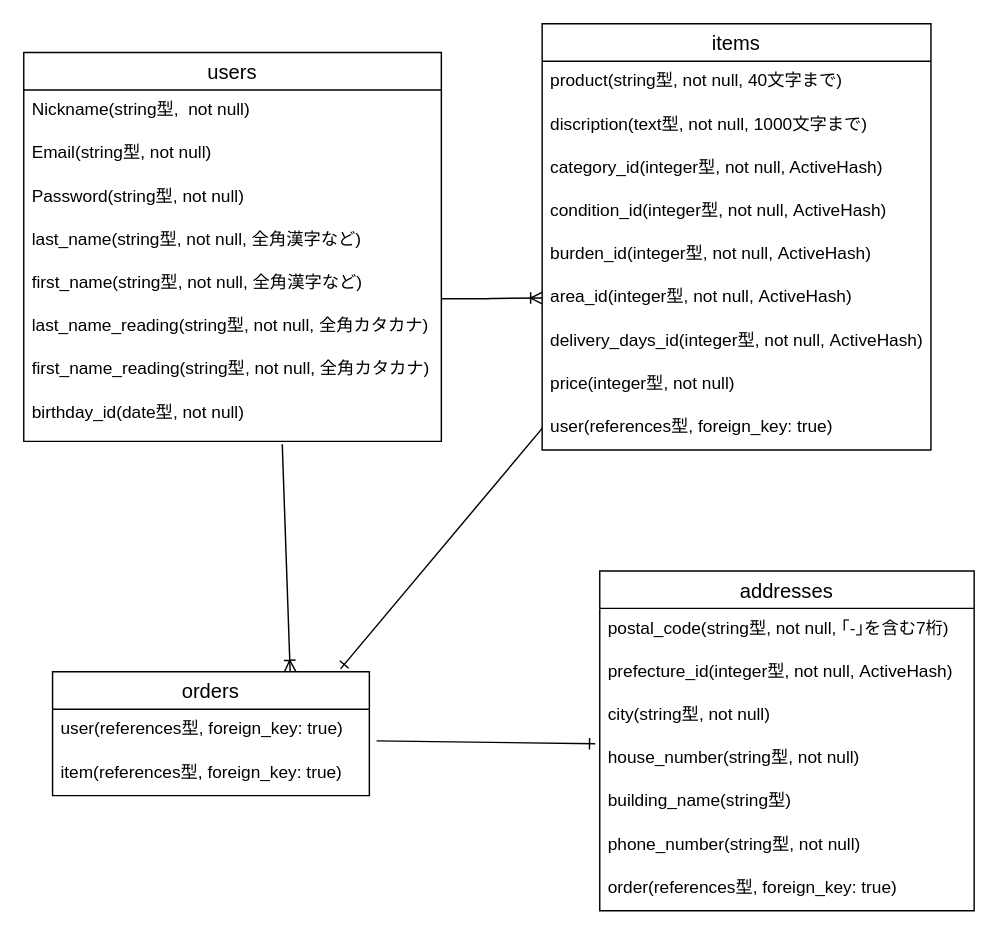
This is test.dio from Suguhito65/furima-31095, a draw.io file, before an edit. Source tidied: cells renumbered, new cells numbered last; positions are measured from the earlier drawing's top-left corner, leaving out a move shared by most shapes. Both pictures are drawn from the tidied source at 144%, with x=0, y=0 at pixel (23, 23).
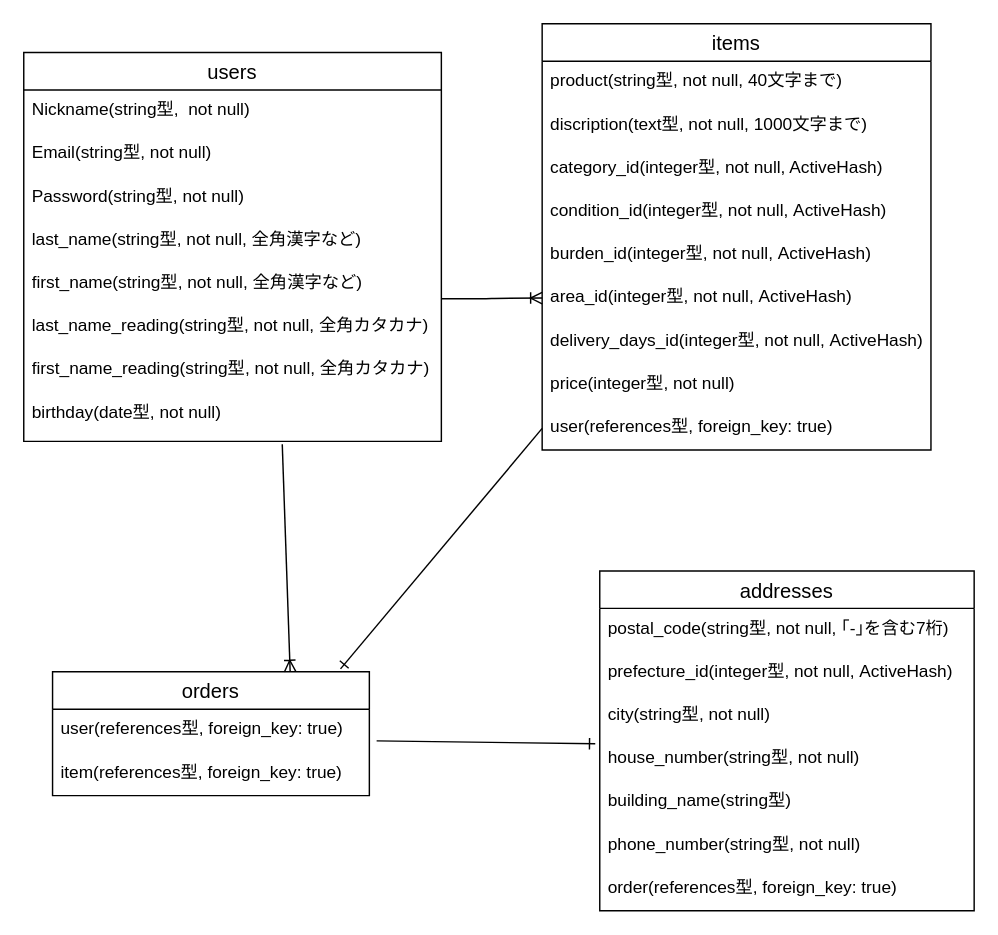
After the change.

The change refers to these unchanged cells:
```xml
<mxCell id="27" value="users" style="swimlane;fontStyle=0;horizontal=1;startSize=26;align=center;fontSize=14;" parent="1" vertex="1">
  <mxGeometry y="20" width="290" height="270" as="geometry" />
</mxCell>
```

The edit, as a diff of the source:
```diff
@@
-    <mxCell id="35" value="birthday_id(date型, not null)" style="text;strokeColor=none;fillColor=none;spacingLeft=4;spacingRight=4;overflow=hidden;points=[[0,0.5],[1,0.5]];portConstraint=eastwest;fontSize=12;" parent="27" vertex="1">
+    <mxCell id="35" value="birthday(date型, not null)" style="text;strokeColor=none;fillColor=none;spacingLeft=4;spacingRight=4;overflow=hidden;points=[[0,0.5],[1,0.5]];portConstraint=eastwest;fontSize=12;" parent="27" vertex="1">
       <mxGeometry y="236" width="290" height="34" as="geometry" />
     </mxCell>
```
